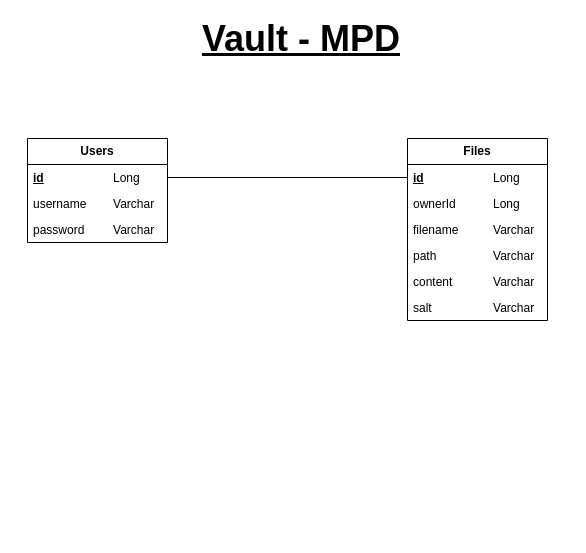
This is page "MPD" (3 of 3) of Vault-Merise.drawio from JeromePrevotat/Vault, a draw.io file, before an edit. Source tidied: cells renumbered, new cells numbered last; positions are measured from the earlier drawing's top-left corner, leaving out a move shared by most shapes. Both pictures are drawn from the tidied source at 100%, with x=0, y=0 at pixel (27, 18).
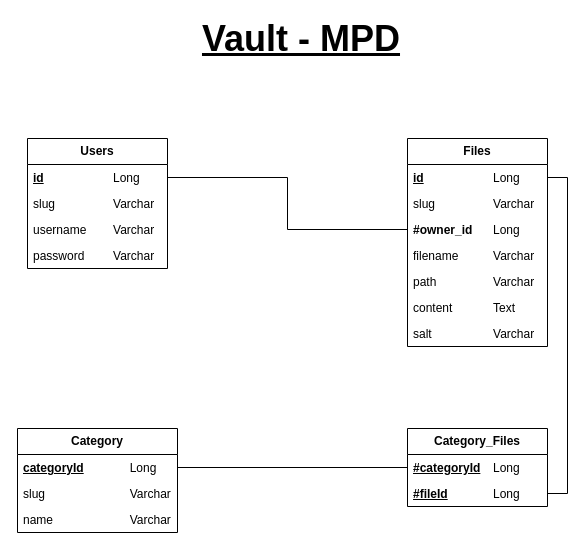
The same page after the edit.

Unchanged cells that the change refers to:
```xml
<mxCell id="4" value="&lt;u style=&quot;font-weight: bold;&quot;&gt;id&lt;/u&gt;&lt;span style=&quot;font-weight: bold; text-decoration-line: underline; white-space: pre;&quot;&gt;&#9;&lt;/span&gt;&lt;span style=&quot;font-weight: bold; text-decoration-line: underline; white-space: pre;&quot;&gt;&#9;&lt;/span&gt;&lt;span style=&quot;font-weight: bold; text-decoration-line: underline; white-space: pre;&quot;&gt;&#9;&lt;/span&gt;Long" style="text;strokeColor=none;fillColor=none;align=left;verticalAlign=top;spacingLeft=4;spacingRight=4;overflow=hidden;points=[[0,0.5],[1,0.5]];portConstraint=eastwest;whiteSpace=wrap;html=1;" parent="3" vertex="1">
  <mxGeometry y="26" width="140" height="26" as="geometry" />
</mxCell>
<mxCell id="8" value="&lt;u style=&quot;font-weight: bold;&quot;&gt;id&lt;/u&gt;&lt;span style=&quot;font-weight: bold; text-decoration-line: underline; white-space: pre;&quot;&gt;&#9;&lt;/span&gt;&lt;span style=&quot;font-weight: bold; text-decoration-line: underline; white-space: pre;&quot;&gt;&#9;&lt;/span&gt;&lt;span style=&quot;font-weight: bold; text-decoration-line: underline; white-space: pre;&quot;&gt;&#9;&lt;/span&gt;Long" style="text;strokeColor=none;fillColor=none;align=left;verticalAlign=top;spacingLeft=4;spacingRight=4;overflow=hidden;points=[[0,0.5],[1,0.5]];portConstraint=eastwest;whiteSpace=wrap;html=1;" parent="7" vertex="1">
  <mxGeometry y="26" width="140" height="26" as="geometry" />
</mxCell>
```

What changed in the source:
```diff
@@
     <mxCell id="3" value="&lt;b&gt;Users&lt;/b&gt;" style="swimlane;fontStyle=0;horizontal=1;startSize=26;fillColor=none;whiteSpace=wrap;html=1;" parent="1" vertex="1">
-      <mxGeometry y="120" width="140" height="104" as="geometry" />
+      <mxGeometry y="120" width="140" height="130" as="geometry" />
     </mxCell>
@@
+    <mxCell id="15" value="slug&lt;span style=&quot;white-space: pre;&quot;&gt;&#9;&lt;/span&gt;&lt;span style=&quot;white-space: pre;&quot;&gt;&#9;&lt;/span&gt;&lt;span style=&quot;white-space: pre;&quot;&gt;&#9;&lt;/span&gt;Varchar" style="text;strokeColor=none;fillColor=none;align=left;verticalAlign=top;spacingLeft=4;spacingRight=4;overflow=hidden;whiteSpace=wrap;html=1;" parent="3" vertex="1">
+      <mxGeometry y="52" width="140" height="26" as="geometry" />
+    </mxCell>
     <mxCell id="5" value="u&lt;span style=&quot;background-color: transparent; color: light-dark(rgb(0, 0, 0), rgb(255, 255, 255));&quot;&gt;sername&lt;span style=&quot;white-space: pre;&quot;&gt;&#9;&lt;/span&gt;Varchar&lt;/span&gt;" style="text;strokeColor=none;fillColor=none;align=left;verticalAlign=top;spacingLeft=4;spacingRight=4;overflow=hidden;whiteSpace=wrap;html=1;" parent="3" vertex="1">
-      <mxGeometry y="52" width="140" height="26" as="geometry" />
+      <mxGeometry y="78" width="140" height="26" as="geometry" />
     </mxCell>
     <mxCell id="6" value="password&lt;span style=&quot;white-space: pre;&quot;&gt;&#9;&lt;/span&gt;&lt;span style=&quot;white-space: pre;&quot;&gt;&#9;&lt;/span&gt;Varchar" style="text;strokeColor=none;fillColor=none;align=left;verticalAlign=top;spacingLeft=4;spacingRight=4;overflow=hidden;whiteSpace=wrap;html=1;" parent="3" vertex="1">
-      <mxGeometry y="78" width="140" height="26" as="geometry" />
+      <mxGeometry y="104" width="140" height="26" as="geometry" />
     </mxCell>
     <mxCell id="7" value="&lt;b&gt;Files&lt;/b&gt;" style="swimlane;fontStyle=0;horizontal=1;startSize=26;fillColor=none;whiteSpace=wrap;html=1;" parent="1" vertex="1">
-      <mxGeometry x="380" y="120" width="140" height="182" as="geometry" />
+      <mxGeometry x="380" y="120" width="140" height="208" as="geometry" />
     </mxCell>
@@
+    <mxCell id="16" value="slug&lt;span style=&quot;white-space: pre;&quot;&gt;&#9;&lt;/span&gt;&lt;span style=&quot;white-space: pre;&quot;&gt;&#9;&lt;/span&gt;&lt;span style=&quot;white-space: pre;&quot;&gt;&#9;&lt;/span&gt;Varchar" style="text;strokeColor=none;fillColor=none;align=left;verticalAlign=top;spacingLeft=4;spacingRight=4;overflow=hidden;whiteSpace=wrap;html=1;" parent="7" vertex="1">
+      <mxGeometry y="52" width="140" height="26" as="geometry" />
+    </mxCell>
-    <mxCell id="9" value="ownerId&lt;span style=&quot;white-space: pre;&quot;&gt;&#9;&lt;/span&gt;&lt;span style=&quot;white-space: pre;&quot;&gt;&#9;&lt;/span&gt;Long" style="text;strokeColor=none;fillColor=none;align=left;verticalAlign=top;spacingLeft=4;spacingRight=4;overflow=hidden;points=[[0,0.5],[1,0.5]];portConstraint=eastwest;whiteSpace=wrap;html=1;" parent="7" vertex="1">
-      <mxGeometry y="52" width="140" height="26" as="geometry" />
+    <mxCell id="9" value="&lt;b&gt;#owner_id&lt;/b&gt;&lt;span style=&quot;white-space: pre;&quot;&gt;&#9;&lt;/span&gt;Long" style="text;strokeColor=none;fillColor=none;align=left;verticalAlign=top;spacingLeft=4;spacingRight=4;overflow=hidden;points=[[0,0.5],[1,0.5]];portConstraint=eastwest;whiteSpace=wrap;html=1;" parent="7" vertex="1">
+      <mxGeometry y="78" width="140" height="26" as="geometry" />
     </mxCell>
     <mxCell id="10" value="filename&lt;span style=&quot;white-space: pre;&quot;&gt;&#9;&lt;/span&gt;&lt;span style=&quot;white-space: pre;&quot;&gt;&#9;&lt;/span&gt;Varchar" style="text;strokeColor=none;fillColor=none;align=left;verticalAlign=top;spacingLeft=4;spacingRight=4;overflow=hidden;whiteSpace=wrap;html=1;" parent="7" vertex="1">
-      <mxGeometry y="78" width="140" height="26" as="geometry" />
+      <mxGeometry y="104" width="140" height="26" as="geometry" />
     </mxCell>
     <mxCell id="11" value="path&lt;span style=&quot;white-space: pre;&quot;&gt;&#9;&lt;/span&gt;&lt;span style=&quot;white-space: pre;&quot;&gt;&#9;&lt;/span&gt;&lt;span style=&quot;white-space: pre;&quot;&gt;&#9;&lt;/span&gt;Varchar" style="text;strokeColor=none;fillColor=none;align=left;verticalAlign=top;spacingLeft=4;spacingRight=4;overflow=hidden;whiteSpace=wrap;html=1;" parent="7" vertex="1">
-      <mxGeometry y="104" width="140" height="26" as="geometry" />
+      <mxGeometry y="130" width="140" height="26" as="geometry" />
     </mxCell>
-    <mxCell id="12" value="content&lt;span style=&quot;white-space: pre;&quot;&gt;&#9;&lt;/span&gt;&lt;span style=&quot;white-space: pre;&quot;&gt;&#9;&lt;/span&gt;Varchar" style="text;strokeColor=none;fillColor=none;align=left;verticalAlign=top;spacingLeft=4;spacingRight=4;overflow=hidden;whiteSpace=wrap;html=1;" parent="7" vertex="1">
-      <mxGeometry y="130" width="140" height="26" as="geometry" />
+    <mxCell id="12" value="content&lt;span style=&quot;white-space: pre;&quot;&gt;&#9;&lt;/span&gt;&lt;span style=&quot;white-space: pre;&quot;&gt;&#9;&lt;/span&gt;Text" style="text;strokeColor=none;fillColor=none;align=left;verticalAlign=top;spacingLeft=4;spacingRight=4;overflow=hidden;whiteSpace=wrap;html=1;" parent="7" vertex="1">
+      <mxGeometry y="156" width="140" height="26" as="geometry" />
     </mxCell>
     <mxCell id="13" value="salt&lt;span style=&quot;white-space: pre;&quot;&gt;&#9;&lt;/span&gt;&lt;span style=&quot;white-space: pre;&quot;&gt;&#9;&lt;/span&gt;&lt;span style=&quot;white-space: pre;&quot;&gt;&#9;&lt;/span&gt;Varchar" style="text;strokeColor=none;fillColor=none;align=left;verticalAlign=top;spacingLeft=4;spacingRight=4;overflow=hidden;whiteSpace=wrap;html=1;" parent="7" vertex="1">
-      <mxGeometry y="156" width="140" height="26" as="geometry" />
+      <mxGeometry y="182" width="140" height="26" as="geometry" />
     </mxCell>
-    <mxCell id="14" style="edgeStyle=orthogonalEdgeStyle;rounded=0;jettySize=auto;html=1;endArrow=none;startFill=0;" parent="1" edge="1" source="8" target="4">
+    <mxCell id="14" style="edgeStyle=orthogonalEdgeStyle;rounded=0;jettySize=auto;html=1;endArrow=none;startFill=0;" parent="1" edge="1" source="9" target="4">
       <mxGeometry relative="1" as="geometry" />
     </mxCell>
+    <mxCell id="17" value="&lt;b&gt;Category&lt;/b&gt;" style="swimlane;fontStyle=0;horizontal=1;startSize=26;fillColor=none;whiteSpace=wrap;html=1;" parent="1" vertex="1">
+      <mxGeometry x="-10" y="410" width="160" height="104" as="geometry" />
+    </mxCell>
+    <mxCell id="18" value="&lt;u style=&quot;font-weight: bold;&quot;&gt;categoryId&lt;/u&gt;&lt;span style=&quot;font-weight: bold; text-decoration-line: underline; white-space: pre;&quot;&gt;&#9;&lt;/span&gt;&lt;span style=&quot;font-weight: bold; text-decoration-line: underline; white-space: pre;&quot;&gt;&#9;&lt;/span&gt;Long" style="text;strokeColor=none;fillColor=none;align=left;verticalAlign=top;spacingLeft=4;spacingRight=4;overflow=hidden;points=[[0,0.5],[1,0.5]];portConstraint=eastwest;whiteSpace=wrap;html=1;" parent="17" vertex="1">
+      <mxGeometry y="26" width="160" height="26" as="geometry" />
+    </mxCell>
+    <mxCell id="19" value="slug&lt;span style=&quot;white-space: pre;&quot;&gt;&#9;&lt;/span&gt;&lt;span style=&quot;white-space: pre;&quot;&gt;&#9;&lt;/span&gt;&lt;span style=&quot;white-space: pre;&quot;&gt;&#9;&lt;span style=&quot;white-space: pre;&quot;&gt;&#9;&lt;/span&gt;&lt;/span&gt;Varchar" style="text;strokeColor=none;fillColor=none;align=left;verticalAlign=top;spacingLeft=4;spacingRight=4;overflow=hidden;whiteSpace=wrap;html=1;" parent="17" vertex="1">
+      <mxGeometry y="52" width="160" height="26" as="geometry" />
+    </mxCell>
+    <mxCell id="20" value="name&lt;span style=&quot;white-space: pre;&quot;&gt;&#9;&lt;/span&gt;&lt;span style=&quot;white-space: pre;&quot;&gt;&#9;&lt;span style=&quot;white-space: pre;&quot;&gt;&#9;&lt;/span&gt;&lt;/span&gt;Varchar" style="text;strokeColor=none;fillColor=none;align=left;verticalAlign=top;spacingLeft=4;spacingRight=4;overflow=hidden;whiteSpace=wrap;html=1;" parent="17" vertex="1">
+      <mxGeometry y="78" width="160" height="26" as="geometry" />
+    </mxCell>
+    <mxCell id="21" value="&lt;b&gt;Category_Files&lt;/b&gt;" style="swimlane;fontStyle=0;horizontal=1;startSize=26;fillColor=none;whiteSpace=wrap;html=1;" parent="1" vertex="1">
+      <mxGeometry x="380" y="410" width="140" height="78" as="geometry" />
+    </mxCell>
+    <mxCell id="22" value="&lt;b style=&quot;text-decoration-line: underline;&quot;&gt;#categoryId&lt;/b&gt;&lt;span style=&quot;text-decoration-line: underline; font-weight: bold; white-space: pre;&quot;&gt;&#9;&lt;/span&gt;Long" style="text;strokeColor=none;fillColor=none;align=left;verticalAlign=top;spacingLeft=4;spacingRight=4;overflow=hidden;points=[[0,0.5],[1,0.5]];portConstraint=eastwest;whiteSpace=wrap;html=1;" parent="21" vertex="1">
+      <mxGeometry y="26" width="140" height="26" as="geometry" />
+    </mxCell>
+    <mxCell id="23" value="&lt;u style=&quot;font-weight: bold;&quot;&gt;#fileId&lt;/u&gt;&lt;span style=&quot;font-weight: bold; text-decoration-line: underline; white-space: pre;&quot;&gt;&#9;&lt;/span&gt;&lt;span style=&quot;font-weight: bold; text-decoration-line: underline; white-space: pre;&quot;&gt;&#9;&lt;/span&gt;Long" style="text;strokeColor=none;fillColor=none;align=left;verticalAlign=top;spacingLeft=4;spacingRight=4;overflow=hidden;points=[[0,0.5],[1,0.5]];portConstraint=eastwest;whiteSpace=wrap;html=1;" parent="21" vertex="1">
+      <mxGeometry y="52" width="140" height="26" as="geometry" />
+    </mxCell>
+    <mxCell id="24" style="edgeStyle=orthogonalEdgeStyle;rounded=0;jettySize=auto;html=1;endArrow=none;startFill=0;" parent="1" edge="1" source="18" target="22">
+      <mxGeometry relative="1" as="geometry" />
+    </mxCell>
+    <mxCell id="25" style="edgeStyle=orthogonalEdgeStyle;rounded=0;jettySize=auto;html=1;endArrow=none;startFill=0;" parent="1" edge="1" source="23" target="8">
+      <mxGeometry relative="1" as="geometry">
+        <Array as="points">
+          <mxPoint x="540" y="475" />
+          <mxPoint x="540" y="159" />
+        </Array>
+      </mxGeometry>
+    </mxCell>
```
